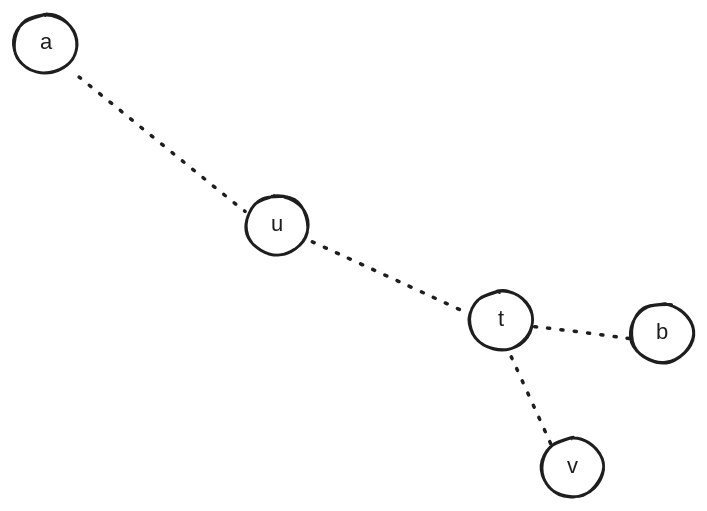
Before: book/graph/diameter_of_tree/images/proof_1.excalidraw.svg, a diagram exported from Excalidraw (rainboyOJ/rbook_nunjucks). Source tidied: one line per element, renumbered; positions are measured from the earlier drawing's top-left corner, leaving out a move shared by most shapes.
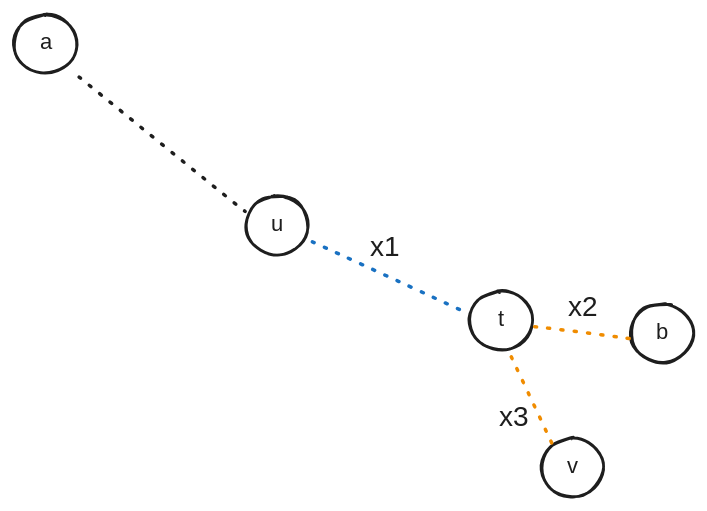
After the commit.

Change to the diagram source:
```diff
@@ -9,6 +9,9 @@
 {"id": 8, "type": "line", "strokeColor": "#1e1e1e", "strokeWidth": 2, "strokeStyle": "dotted", "roughness": 1, "round": true, "x": 47, "y": 46, "width": 119, "height": 94, "points": [[0, 0], [119, 94]]}
 {"id": 9, "type": "ellipse", "strokeColor": "#1e1e1e", "strokeWidth": 2, "roughness": 1, "round": true, "x": 326, "y": 198, "width": 45, "height": 42}
 {"id": 10, "type": "text", "text": "t", "strokeColor": "#1e1e1e", "strokeWidth": 2, "roughness": 1, "fontSize": 15.82, "fontFamily": 5, "textAlign": "center", "verticalAlign": "middle", "inside": 9, "x": 344, "y": 209, "width": 9, "height": 20}
-{"id": 11, "type": "line", "strokeColor": "#1e1e1e", "strokeWidth": 2, "strokeStyle": "dotted", "roughness": 1, "round": true, "x": 213, "y": 163, "width": 107, "height": 48, "points": [[0, 0], [107, 48]]}
+{"id": 11, "type": "line", "strokeColor": "#1971c2", "backgroundColor": "#a5d8ff", "fillStyle": "solid", "strokeWidth": 2, "strokeStyle": "dotted", "roughness": 1, "round": true, "x": 213, "y": 163, "width": 107, "height": 48, "points": [[0, 0], [107, 48]]}
-{"id": 12, "type": "line", "strokeColor": "#1e1e1e", "strokeWidth": 2, "strokeStyle": "dotted", "roughness": 1, "round": true, "x": 372, "y": 224, "width": 68, "height": 9, "points": [[0, 0], [68, 9]]}
+{"id": 12, "type": "line", "strokeColor": "#f08c00", "strokeWidth": 2, "strokeStyle": "dotted", "roughness": 1, "round": true, "x": 372, "y": 224, "width": 68, "height": 9, "points": [[0, 0], [68, 9]]}
-{"id": 13, "type": "line", "strokeColor": "#1e1e1e", "strokeWidth": 2, "strokeStyle": "dotted", "roughness": 1, "round": true, "x": 356, "y": 245, "width": 27, "height": 62, "points": [[0, 0], [27, 62]]}
+{"id": 13, "type": "line", "strokeColor": "#f08c00", "strokeWidth": 2, "strokeStyle": "dotted", "roughness": 1, "round": true, "x": 356, "y": 245, "width": 28, "height": 62, "points": [[0, 0], [28, 62]]}
+{"id": 14, "type": "text", "text": "x1", "strokeColor": "#1e1e1e", "backgroundColor": "#a5d8ff", "fillStyle": "solid", "strokeWidth": 2, "roughness": 1, "fontSize": 20, "fontFamily": 6, "x": 254, "y": 152, "width": 23, "height": 27}
+{"id": 15, "type": "text", "text": "x2", "strokeColor": "#1e1e1e", "backgroundColor": "#a5d8ff", "fillStyle": "solid", "strokeWidth": 2, "roughness": 1, "fontSize": 20, "fontFamily": 6, "x": 396, "y": 196, "width": 23, "height": 27}
+{"id": 16, "type": "text", "text": "x3", "strokeColor": "#1e1e1e", "backgroundColor": "#a5d8ff", "fillStyle": "solid", "strokeWidth": 2, "roughness": 1, "fontSize": 20, "fontFamily": 6, "x": 347, "y": 274, "width": 23, "height": 27}
```
